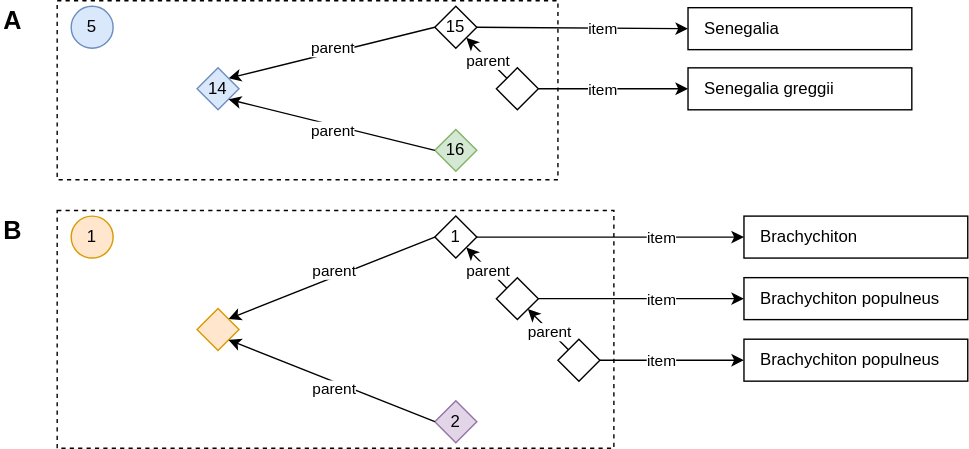
This is docs/media/couplets-shortcut.drawio.svg from rbgvictoria/keybase_model, a draw.io export, as it was before one commit. Source tidied: cells renumbered, new cells last; positions are measured from the earlier drawing's top-left corner, leaving out a move shared by most shapes.
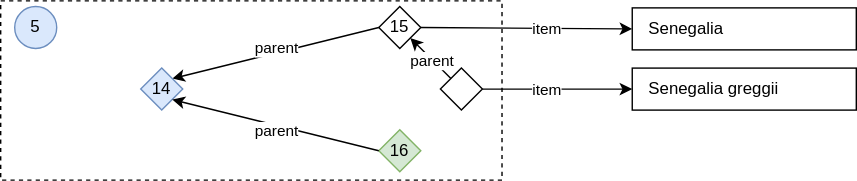
Later version of the same file.

What changed in the source:
```diff
@@ -64,95 +64,5 @@
     <mxCell id="19" value="item" style="edgeLabel;html=1;align=center;verticalAlign=middle;" parent="18" vertex="1">
       <mxGeometry x="-0.17" relative="1" as="geometry" />
     </mxCell>
-    <mxCell id="20" style="rounded=0;whiteSpace=wrap;html=1;fillColor=none;dashed=1;" parent="1" vertex="1">
-      <mxGeometry x="40" y="150" width="398" height="170" as="geometry" />
-    </mxCell>
-    <mxCell id="21" value="1" style="ellipse;whiteSpace=wrap;html=1;fillColor=#ffe6cc;strokeColor=#d79b00;" parent="1" vertex="1">
-      <mxGeometry x="50" y="154" width="30" height="30" as="geometry" />
-    </mxCell>
-    <mxCell id="22" value="Brachychiton" style="rounded=0;whiteSpace=wrap;html=1;align=left;spacingLeft=10;strokeColor=default;fillColor=none;" parent="1" vertex="1">
-      <mxGeometry x="531" y="154" width="160" height="30" as="geometry" />
-    </mxCell>
-    <mxCell id="23" value="1" style="rhombus;whiteSpace=wrap;html=1;" parent="1" vertex="1">
-      <mxGeometry x="310" y="154" width="30" height="30" as="geometry" />
-    </mxCell>
-    <mxCell id="24" style="endArrow=classic;html=1;rounded=0;exitX=0;exitY=0.5;exitDx=0;exitDy=0;entryX=1;entryY=0;entryDx=0;entryDy=0;" parent="1" edge="1" source="23" target="28">
-      <mxGeometry relative="1" as="geometry" />
-    </mxCell>
-    <mxCell id="25" value="parent" style="edgeLabel;html=1;align=center;verticalAlign=middle;" parent="24" vertex="1">
-      <mxGeometry x="-0.2" relative="1" as="geometry">
-        <mxPoint x="-14" as="offset" />
-      </mxGeometry>
-    </mxCell>
-    <mxCell id="26" style="endArrow=classic;html=1;rounded=0;entryX=0;entryY=0.5;entryDx=0;entryDy=0;exitX=1;exitY=0.5;exitDx=0;exitDy=0;" parent="1" edge="1" source="23" target="22">
-      <mxGeometry relative="1" as="geometry" />
-    </mxCell>
-    <mxCell id="27" value="item" style="edgeLabel;html=1;align=center;verticalAlign=middle;" parent="26" vertex="1">
-      <mxGeometry x="-0.17" relative="1" as="geometry">
-        <mxPoint x="51" as="offset" />
-      </mxGeometry>
-    </mxCell>
-    <mxCell id="28" style="rhombus;whiteSpace=wrap;html=1;fillColor=#ffe6cc;strokeColor=#d79b00;" parent="1" vertex="1">
-      <mxGeometry x="140" y="220" width="30" height="30" as="geometry" />
-    </mxCell>
-    <mxCell id="29" value="2" style="rhombus;whiteSpace=wrap;html=1;fillColor=#e1d5e7;strokeColor=#9673a6;" parent="1" vertex="1">
-      <mxGeometry x="310" y="286" width="30" height="30" as="geometry" />
-    </mxCell>
-    <mxCell id="30" style="endArrow=classic;html=1;rounded=0;exitX=0;exitY=0.5;exitDx=0;exitDy=0;entryX=1;entryY=1;entryDx=0;entryDy=0;" parent="1" edge="1" source="29" target="28">
-      <mxGeometry relative="1" as="geometry" />
-    </mxCell>
-    <mxCell id="31" value="parent" style="edgeLabel;html=1;align=center;verticalAlign=middle;" parent="30" vertex="1">
-      <mxGeometry x="-0.2" relative="1" as="geometry">
-        <mxPoint x="-14" as="offset" />
-      </mxGeometry>
-    </mxCell>
-    <mxCell id="32" style="rhombus;whiteSpace=wrap;html=1;" parent="1" vertex="1">
-      <mxGeometry x="354" y="198" width="30" height="30" as="geometry" />
-    </mxCell>
-    <mxCell id="33" style="endArrow=classic;html=1;rounded=0;entryX=1;entryY=1;entryDx=0;entryDy=0;exitX=0;exitY=0;exitDx=0;exitDy=0;" parent="1" edge="1" source="32" target="23">
-      <mxGeometry relative="1" as="geometry" />
-    </mxCell>
-    <mxCell id="34" value="parent" style="edgeLabel;html=1;align=center;verticalAlign=middle;" parent="33" vertex="1">
-      <mxGeometry x="-0.02" y="1" relative="1" as="geometry">
-        <mxPoint x="1" as="offset" />
-      </mxGeometry>
-    </mxCell>
-    <mxCell id="35" value="Brachychiton populneus" style="rounded=0;whiteSpace=wrap;html=1;align=left;spacingLeft=10;strokeColor=default;fillColor=none;" parent="1" vertex="1">
-      <mxGeometry x="531" y="198" width="160" height="30" as="geometry" />
-    </mxCell>
-    <mxCell id="36" style="endArrow=classic;html=1;rounded=0;entryX=0;entryY=0.5;entryDx=0;entryDy=0;exitX=1;exitY=0.5;exitDx=0;exitDy=0;" parent="1" edge="1" source="32" target="35">
-      <mxGeometry relative="1" as="geometry" />
-    </mxCell>
-    <mxCell id="37" value="item" style="edgeLabel;html=1;align=center;verticalAlign=middle;" parent="36" vertex="1">
-      <mxGeometry x="-0.17" relative="1" as="geometry">
-        <mxPoint x="26" as="offset" />
-      </mxGeometry>
-    </mxCell>
-    <mxCell id="38" style="endArrow=classic;html=1;rounded=0;entryX=1;entryY=1;entryDx=0;entryDy=0;exitX=0;exitY=0;exitDx=0;exitDy=0;" parent="1" edge="1" source="40" target="32">
-      <mxGeometry relative="1" as="geometry" />
-    </mxCell>
-    <mxCell id="39" value="parent" style="edgeLabel;html=1;align=center;verticalAlign=middle;" parent="38" vertex="1">
-      <mxGeometry x="-0.02" y="1" relative="1" as="geometry">
-        <mxPoint x="1" as="offset" />
-      </mxGeometry>
-    </mxCell>
-    <mxCell id="40" style="rhombus;whiteSpace=wrap;html=1;" parent="1" vertex="1">
-      <mxGeometry x="398" y="242" width="30" height="30" as="geometry" />
-    </mxCell>
-    <mxCell id="41" style="endArrow=classic;html=1;rounded=0;entryX=0;entryY=0.5;entryDx=0;entryDy=0;exitX=1;exitY=0.5;exitDx=0;exitDy=0;" parent="1" edge="1" source="40" target="43">
-      <mxGeometry relative="1" as="geometry" />
-    </mxCell>
-    <mxCell id="42" value="item" style="edgeLabel;html=1;align=center;verticalAlign=middle;" parent="41" vertex="1">
-      <mxGeometry x="-0.17" relative="1" as="geometry" />
-    </mxCell>
-    <mxCell id="43" value="Brachychiton populneus" style="rounded=0;whiteSpace=wrap;html=1;align=left;spacingLeft=10;strokeColor=default;fillColor=none;" parent="1" vertex="1">
-      <mxGeometry x="531" y="242" width="160" height="30" as="geometry" />
-    </mxCell>
-    <mxCell id="44" value="A" style="text;html=1;align=left;verticalAlign=middle;whiteSpace=wrap;rounded=0;fontSize=18;fontStyle=1;" parent="1" vertex="1">
-      <mxGeometry width="30" height="30" as="geometry" />
-    </mxCell>
-    <mxCell id="45" value="B" style="text;html=1;align=left;verticalAlign=middle;whiteSpace=wrap;rounded=0;fontSize=18;fontStyle=1;" parent="1" vertex="1">
-      <mxGeometry y="150" width="30" height="30" as="geometry" />
-    </mxCell>
   </root>
 </mxGraphModel>
```
